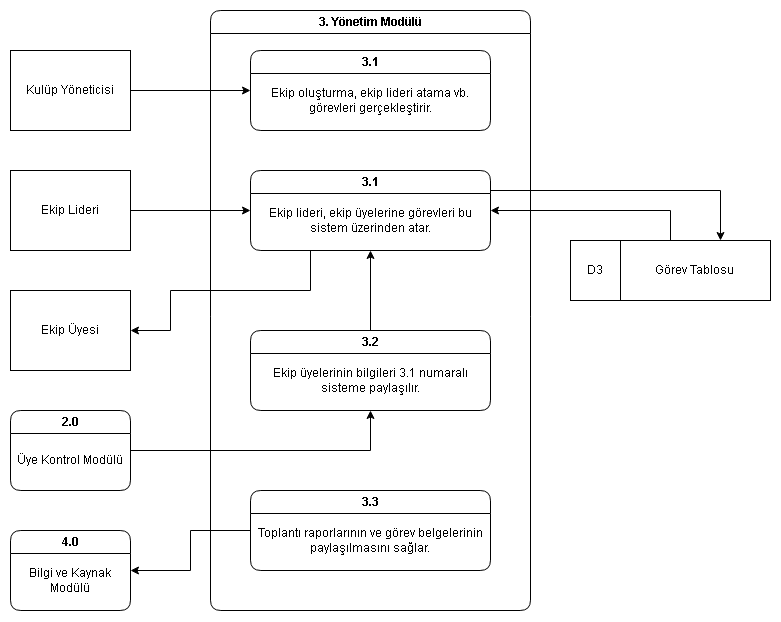
The draw.io diagram diagrams/vad2/vad2.3.drawio.png in furkanvka/Club-management-system, before a commit. Source tidied: cells renumbered, new cells last; positions are measured from the earlier drawing's top-left corner, leaving out a move shared by most shapes. Source of this version:
```xml
<mxGraphModel>
  <root>
    <mxCell id="0" />
    <mxCell id="1" parent="0" />
    <mxCell id="2" value="&lt;span&gt;3. Yönetim Modülü&lt;/span&gt;" style="swimlane;whiteSpace=wrap;html=1;rounded=1;" parent="1" vertex="1">
      <mxGeometry x="200" width="320" height="600" as="geometry" />
    </mxCell>
    <mxCell id="3" value="Ekip lideri, ekip üyelerine görevleri bu sistem üzerinden atar." style="text;html=1;whiteSpace=wrap;strokeColor=none;fillColor=none;align=center;verticalAlign=middle;rounded=0;" parent="2" vertex="1">
      <mxGeometry x="40" y="180" width="240" height="60" as="geometry" />
    </mxCell>
    <mxCell id="4" value="3.1" style="swimlane;whiteSpace=wrap;html=1;rounded=1;" parent="2" vertex="1">
      <mxGeometry x="40" y="160" width="240" height="80" as="geometry" />
    </mxCell>
    <mxCell id="5" value="Toplantı raporlarının ve görev belgelerinin paylaşılmasını sağlar." style="text;html=1;whiteSpace=wrap;strokeColor=none;fillColor=none;align=center;verticalAlign=middle;rounded=0;" parent="2" vertex="1">
      <mxGeometry x="40" y="500" width="240" height="60" as="geometry" />
    </mxCell>
    <mxCell id="6" value="3.3" style="swimlane;whiteSpace=wrap;html=1;rounded=1;" parent="2" vertex="1">
      <mxGeometry x="40" y="480" width="240" height="80" as="geometry" />
    </mxCell>
    <mxCell id="7" value="Ekip üyelerinin bilgileri 3.1 numaralı sisteme paylaşılır." style="text;html=1;whiteSpace=wrap;strokeColor=none;fillColor=none;align=center;verticalAlign=middle;rounded=0;" parent="2" vertex="1">
      <mxGeometry x="40" y="340" width="240" height="60" as="geometry" />
    </mxCell>
    <mxCell id="8" style="edgeStyle=orthogonalEdgeStyle;rounded=0;jettySize=auto;html=1;exitX=0.5;exitY=0;exitDx=0;exitDy=0;entryX=0.5;entryY=1;entryDx=0;entryDy=0;" parent="2" edge="1" source="9" target="4">
      <mxGeometry relative="1" as="geometry" />
    </mxCell>
    <mxCell id="9" value="3.2" style="swimlane;whiteSpace=wrap;html=1;rounded=1;" parent="2" vertex="1">
      <mxGeometry x="40" y="320" width="240" height="80" as="geometry" />
    </mxCell>
    <mxCell id="10" value="Ekip oluşturma, ekip lideri atama vb. görevleri gerçekleştirir." style="text;html=1;whiteSpace=wrap;strokeColor=none;fillColor=none;align=center;verticalAlign=middle;rounded=0;" parent="2" vertex="1">
      <mxGeometry x="40" y="60" width="240" height="60" as="geometry" />
    </mxCell>
    <mxCell id="11" value="3.1" style="swimlane;whiteSpace=wrap;html=1;rounded=1;" parent="2" vertex="1">
      <mxGeometry x="40" y="40" width="240" height="80" as="geometry" />
    </mxCell>
    <mxCell id="12" style="edgeStyle=orthogonalEdgeStyle;rounded=0;jettySize=auto;html=1;exitX=0.5;exitY=0;exitDx=0;exitDy=0;entryX=1;entryY=0.5;entryDx=0;entryDy=0;" parent="1" edge="1" source="13" target="4">
      <mxGeometry relative="1" as="geometry" />
    </mxCell>
    <mxCell id="13" value="&lt;span style=&quot;white-space: pre;&quot;&gt;&#9;&lt;span style=&quot;white-space: pre;&quot;&gt;&#9;&lt;/span&gt;&lt;/span&gt;Görev Tablosu" style="rounded=0;whiteSpace=wrap;html=1;" parent="1" vertex="1">
      <mxGeometry x="560" y="230" width="200" height="60" as="geometry" />
    </mxCell>
    <mxCell id="14" style="endArrow=none;html=1;rounded=0;entryX=0.25;entryY=0;entryDx=0;entryDy=0;exitX=0.25;exitY=1;exitDx=0;exitDy=0;" parent="1" edge="1" source="13" target="13">
      <mxGeometry relative="1" as="geometry" />
    </mxCell>
    <mxCell id="15" value="D3" style="text;html=1;whiteSpace=wrap;strokeColor=none;fillColor=none;align=center;verticalAlign=middle;rounded=0;" parent="1" vertex="1">
      <mxGeometry x="560" y="230" width="50" height="60" as="geometry" />
    </mxCell>
    <mxCell id="16" style="edgeStyle=orthogonalEdgeStyle;rounded=0;jettySize=auto;html=1;exitX=1;exitY=0.5;exitDx=0;exitDy=0;entryX=0;entryY=0.5;entryDx=0;entryDy=0;" parent="1" edge="1" source="17" target="11">
      <mxGeometry relative="1" as="geometry" />
    </mxCell>
    <mxCell id="17" value="Kulüp Yöneticisi" style="rounded=0;whiteSpace=wrap;html=1;" parent="1" vertex="1">
      <mxGeometry y="40" width="120" height="80" as="geometry" />
    </mxCell>
    <mxCell id="18" style="edgeStyle=orthogonalEdgeStyle;rounded=0;jettySize=auto;html=1;exitX=1;exitY=0.5;exitDx=0;exitDy=0;entryX=0;entryY=0.5;entryDx=0;entryDy=0;" parent="1" edge="1" source="19" target="4">
      <mxGeometry relative="1" as="geometry" />
    </mxCell>
    <mxCell id="19" value="Ekip Lideri" style="rounded=0;whiteSpace=wrap;html=1;" parent="1" vertex="1">
      <mxGeometry y="160" width="120" height="80" as="geometry" />
    </mxCell>
    <mxCell id="20" value="Ekip Üyesi" style="rounded=0;whiteSpace=wrap;html=1;" parent="1" vertex="1">
      <mxGeometry y="280" width="120" height="80" as="geometry" />
    </mxCell>
    <mxCell id="21" style="edgeStyle=orthogonalEdgeStyle;rounded=0;jettySize=auto;html=1;exitX=1;exitY=0.5;exitDx=0;exitDy=0;entryX=0.5;entryY=1;entryDx=0;entryDy=0;" parent="1" edge="1" source="22" target="9">
      <mxGeometry relative="1" as="geometry" />
    </mxCell>
    <mxCell id="22" value="2.0" style="swimlane;whiteSpace=wrap;html=1;rounded=1;" parent="1" vertex="1">
      <mxGeometry y="400" width="120" height="80" as="geometry" />
    </mxCell>
    <mxCell id="23" value="Üye Kontrol Modülü" style="text;html=1;whiteSpace=wrap;strokeColor=none;fillColor=none;align=center;verticalAlign=middle;rounded=0;" parent="1" vertex="1">
      <mxGeometry y="420" width="120" height="60" as="geometry" />
    </mxCell>
    <mxCell id="24" value="4.0" style="swimlane;whiteSpace=wrap;html=1;rounded=1;" parent="1" vertex="1">
      <mxGeometry y="520" width="120" height="80" as="geometry" />
    </mxCell>
    <mxCell id="25" value="Bilgi ve Kaynak Modülü" style="text;html=1;whiteSpace=wrap;strokeColor=none;fillColor=none;align=center;verticalAlign=middle;rounded=0;" parent="1" vertex="1">
      <mxGeometry y="540" width="120" height="60" as="geometry" />
    </mxCell>
    <mxCell id="26" style="edgeStyle=orthogonalEdgeStyle;rounded=0;jettySize=auto;html=1;exitX=0;exitY=0.5;exitDx=0;exitDy=0;entryX=1;entryY=0.5;entryDx=0;entryDy=0;" parent="1" edge="1" source="6" target="24">
      <mxGeometry relative="1" as="geometry" />
    </mxCell>
    <mxCell id="27" style="edgeStyle=orthogonalEdgeStyle;rounded=0;jettySize=auto;html=1;exitX=0.25;exitY=1;exitDx=0;exitDy=0;entryX=1;entryY=0.5;entryDx=0;entryDy=0;" parent="1" edge="1" source="4" target="20">
      <mxGeometry relative="1" as="geometry">
        <Array as="points">
          <mxPoint x="300" y="280" />
          <mxPoint x="160" y="280" />
          <mxPoint x="160" y="320" />
        </Array>
      </mxGeometry>
    </mxCell>
    <mxCell id="28" style="edgeStyle=orthogonalEdgeStyle;rounded=0;jettySize=auto;html=1;exitX=1;exitY=0.25;exitDx=0;exitDy=0;entryX=0.75;entryY=0;entryDx=0;entryDy=0;" parent="1" edge="1" source="4" target="13">
      <mxGeometry relative="1" as="geometry" />
    </mxCell>
  </root>
</mxGraphModel>
```
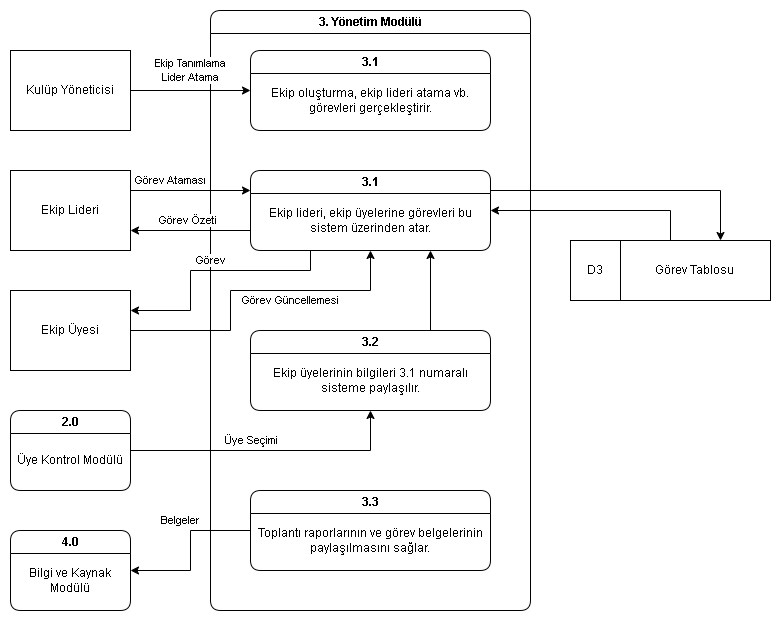
Later version of the same file.

Change to the diagram source:
```diff
@@ -20,7 +20,7 @@
     <mxCell id="7" value="Ekip üyelerinin bilgileri 3.1 numaralı sisteme paylaşılır." style="text;html=1;whiteSpace=wrap;strokeColor=none;fillColor=none;align=center;verticalAlign=middle;rounded=0;" parent="2" vertex="1">
       <mxGeometry x="40" y="340" width="240" height="60" as="geometry" />
     </mxCell>
-    <mxCell id="8" style="edgeStyle=orthogonalEdgeStyle;rounded=0;jettySize=auto;html=1;exitX=0.5;exitY=0;exitDx=0;exitDy=0;entryX=0.5;entryY=1;entryDx=0;entryDy=0;" parent="2" edge="1" source="9" target="4">
+    <mxCell id="8" style="edgeStyle=orthogonalEdgeStyle;rounded=0;jettySize=auto;html=1;entryX=0.75;entryY=1;entryDx=0;entryDy=0;exitX=0.75;exitY=0;exitDx=0;exitDy=0;" parent="2" edge="1" source="9" target="4">
       <mxGeometry relative="1" as="geometry" />
     </mxCell>
     <mxCell id="9" value="3.2" style="swimlane;whiteSpace=wrap;html=1;rounded=1;" parent="2" vertex="1">
@@ -47,21 +47,50 @@
     <mxCell id="16" style="edgeStyle=orthogonalEdgeStyle;rounded=0;jettySize=auto;html=1;exitX=1;exitY=0.5;exitDx=0;exitDy=0;entryX=0;entryY=0.5;entryDx=0;entryDy=0;" parent="1" edge="1" source="17" target="11">
       <mxGeometry relative="1" as="geometry" />
     </mxCell>
+    <mxCell id="29" value="Ekip Tanımlama&lt;div&gt;Lider Atama&lt;/div&gt;" style="edgeLabel;html=1;align=center;verticalAlign=middle;" parent="16" vertex="1">
+      <mxGeometry x="-0.12" y="-2" relative="1" as="geometry">
+        <mxPoint x="7" y="-22" as="offset" />
+      </mxGeometry>
+    </mxCell>
     <mxCell id="17" value="Kulüp Yöneticisi" style="rounded=0;whiteSpace=wrap;html=1;" parent="1" vertex="1">
       <mxGeometry y="40" width="120" height="80" as="geometry" />
     </mxCell>
-    <mxCell id="18" style="edgeStyle=orthogonalEdgeStyle;rounded=0;jettySize=auto;html=1;exitX=1;exitY=0.5;exitDx=0;exitDy=0;entryX=0;entryY=0.5;entryDx=0;entryDy=0;" parent="1" edge="1" source="19" target="4">
+    <mxCell id="18" style="edgeStyle=orthogonalEdgeStyle;rounded=0;jettySize=auto;html=1;exitX=1;exitY=0.25;exitDx=0;exitDy=0;entryX=0;entryY=0.25;entryDx=0;entryDy=0;" parent="1" edge="1" source="19" target="4">
       <mxGeometry relative="1" as="geometry" />
     </mxCell>
+    <mxCell id="30" value="Görev Ataması" style="edgeLabel;html=1;align=center;verticalAlign=middle;" parent="18" vertex="1">
+      <mxGeometry x="-0.37" y="2" relative="1" as="geometry">
+        <mxPoint x="2" y="-8" as="offset" />
+      </mxGeometry>
+    </mxCell>
     <mxCell id="19" value="Ekip Lideri" style="rounded=0;whiteSpace=wrap;html=1;" parent="1" vertex="1">
       <mxGeometry y="160" width="120" height="80" as="geometry" />
     </mxCell>
+    <mxCell id="31" style="edgeStyle=orthogonalEdgeStyle;rounded=0;jettySize=auto;html=1;exitX=1;exitY=0.5;exitDx=0;exitDy=0;entryX=0.5;entryY=1;entryDx=0;entryDy=0;" parent="1" edge="1" source="20" target="4">
+      <mxGeometry relative="1" as="geometry">
+        <Array as="points">
+          <mxPoint x="220" y="320" />
+          <mxPoint x="220" y="280" />
+          <mxPoint x="360" y="280" />
+        </Array>
+      </mxGeometry>
+    </mxCell>
+    <mxCell id="32" value="Görev Güncellemesi" style="edgeLabel;html=1;align=center;verticalAlign=middle;" parent="31" vertex="1">
+      <mxGeometry x="-0.62" y="-1" relative="1" as="geometry">
+        <mxPoint x="98" y="-31" as="offset" />
+      </mxGeometry>
+    </mxCell>
     <mxCell id="20" value="Ekip Üyesi" style="rounded=0;whiteSpace=wrap;html=1;" parent="1" vertex="1">
       <mxGeometry y="280" width="120" height="80" as="geometry" />
     </mxCell>
     <mxCell id="21" style="edgeStyle=orthogonalEdgeStyle;rounded=0;jettySize=auto;html=1;exitX=1;exitY=0.5;exitDx=0;exitDy=0;entryX=0.5;entryY=1;entryDx=0;entryDy=0;" parent="1" edge="1" source="22" target="9">
       <mxGeometry relative="1" as="geometry" />
     </mxCell>
+    <mxCell id="33" value="Üye Seçimi" style="edgeLabel;html=1;align=center;verticalAlign=middle;" parent="21" vertex="1">
+      <mxGeometry x="-0.09" y="-2" relative="1" as="geometry">
+        <mxPoint x="-7" y="-12" as="offset" />
+      </mxGeometry>
+    </mxCell>
     <mxCell id="22" value="2.0" style="swimlane;whiteSpace=wrap;html=1;rounded=1;" parent="1" vertex="1">
       <mxGeometry y="400" width="120" height="80" as="geometry" />
     </mxCell>
@@ -77,17 +106,36 @@
     <mxCell id="26" style="edgeStyle=orthogonalEdgeStyle;rounded=0;jettySize=auto;html=1;exitX=0;exitY=0.5;exitDx=0;exitDy=0;entryX=1;entryY=0.5;entryDx=0;entryDy=0;" parent="1" edge="1" source="6" target="24">
       <mxGeometry relative="1" as="geometry" />
     </mxCell>
+    <mxCell id="34" value="Belgeler" style="edgeLabel;html=1;align=center;verticalAlign=middle;" parent="26" vertex="1">
+      <mxGeometry y="3" relative="1" as="geometry">
+        <mxPoint x="-13" y="-30" as="offset" />
+      </mxGeometry>
+    </mxCell>
-    <mxCell id="27" style="edgeStyle=orthogonalEdgeStyle;rounded=0;jettySize=auto;html=1;exitX=0.25;exitY=1;exitDx=0;exitDy=0;entryX=1;entryY=0.5;entryDx=0;entryDy=0;" parent="1" edge="1" source="4" target="20">
+    <mxCell id="27" style="edgeStyle=orthogonalEdgeStyle;rounded=0;jettySize=auto;html=1;entryX=1;entryY=0.25;entryDx=0;entryDy=0;" parent="1" edge="1" target="20">
       <mxGeometry relative="1" as="geometry">
+        <mxPoint x="300" y="240" as="sourcePoint" />
         <Array as="points">
-          <mxPoint x="300" y="280" />
-          <mxPoint x="160" y="280" />
-          <mxPoint x="160" y="320" />
+          <mxPoint x="300" y="260" />
+          <mxPoint x="180" y="260" />
+          <mxPoint x="180" y="300" />
         </Array>
       </mxGeometry>
     </mxCell>
+    <mxCell id="35" value="Görev" style="edgeLabel;html=1;align=center;verticalAlign=middle;" parent="27" vertex="1">
+      <mxGeometry x="0.26" y="-2" relative="1" as="geometry">
+        <mxPoint x="22" y="-22" as="offset" />
+      </mxGeometry>
+    </mxCell>
     <mxCell id="28" style="edgeStyle=orthogonalEdgeStyle;rounded=0;jettySize=auto;html=1;exitX=1;exitY=0.25;exitDx=0;exitDy=0;entryX=0.75;entryY=0;entryDx=0;entryDy=0;" parent="1" edge="1" source="4" target="13">
       <mxGeometry relative="1" as="geometry" />
     </mxCell>
+    <mxCell id="36" style="edgeStyle=orthogonalEdgeStyle;rounded=0;jettySize=auto;html=1;exitX=0;exitY=0.75;exitDx=0;exitDy=0;entryX=1;entryY=0.75;entryDx=0;entryDy=0;" parent="1" edge="1" source="4" target="19">
+      <mxGeometry relative="1" as="geometry" />
+    </mxCell>
+    <mxCell id="37" value="Görev Özeti" style="edgeLabel;html=1;align=center;verticalAlign=middle;" parent="36" vertex="1">
+      <mxGeometry x="0.07" y="2" relative="1" as="geometry">
+        <mxPoint y="-12" as="offset" />
+      </mxGeometry>
+    </mxCell>
   </root>
 </mxGraphModel>
```
